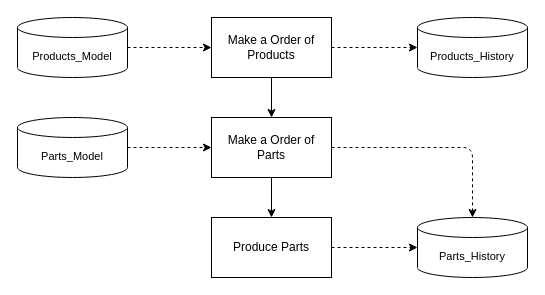
Above: documents/structure.drawio in zzaizzai/fastapi-operations-management (draw.io), before the change. Source tidied: cells renumbered, new cells numbered last; positions are measured from the earlier drawing's top-left corner, leaving out a move shared by most shapes. Both pictures are drawn from the tidied source at 100%, with x=0, y=0 at pixel (17, 17).
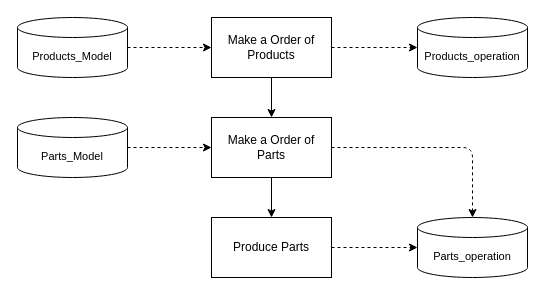
The same page after the edit.

Commit message (it also covers changes not shown here):
history -> operation

What changed in the source:
```diff
@@
 <mxGraphModel>
   <root>
     <mxCell id="0" />
     <mxCell id="1" parent="0" />
     <mxCell id="2" style="edgeStyle=orthogonalEdgeStyle;shape=connector;rounded=1;jettySize=auto;html=1;labelBackgroundColor=default;strokeColor=default;align=center;verticalAlign=middle;fontFamily=Helvetica;fontSize=11;fontColor=default;endArrow=classic;" parent="1" edge="1" source="3" target="10">
       <mxGeometry relative="1" as="geometry" />
     </mxCell>
     <mxCell id="3" value="Make a Order of Products" style="rounded=0;whiteSpace=wrap;html=1;" parent="1" vertex="1">
       <mxGeometry x="194" width="120" height="60" as="geometry" />
     </mxCell>
     <mxCell id="4" style="edgeStyle=orthogonalEdgeStyle;shape=connector;rounded=1;jettySize=auto;html=1;exitX=1;exitY=0.5;exitDx=0;exitDy=0;exitPerimeter=0;labelBackgroundColor=default;strokeColor=default;align=center;verticalAlign=middle;fontFamily=Helvetica;fontSize=11;fontColor=default;endArrow=classic;dashed=1;" parent="1" edge="1" source="5" target="3">
       <mxGeometry relative="1" as="geometry" />
     </mxCell>
     <mxCell id="5" value="Products_Model" style="shape=cylinder3;whiteSpace=wrap;html=1;boundedLbl=1;backgroundOutline=1;size=10;fontFamily=Helvetica;fontSize=11;fontColor=default;" parent="1" vertex="1">
       <mxGeometry width="110" height="60" as="geometry" />
     </mxCell>
     <mxCell id="6" style="edgeStyle=orthogonalEdgeStyle;shape=connector;rounded=1;jettySize=auto;html=1;labelBackgroundColor=default;strokeColor=default;align=center;verticalAlign=middle;fontFamily=Helvetica;fontSize=11;fontColor=default;endArrow=classic;dashed=1;" parent="1" edge="1" source="7" target="10">
       <mxGeometry relative="1" as="geometry" />
     </mxCell>
     <mxCell id="7" value="Parts_Model" style="shape=cylinder3;whiteSpace=wrap;html=1;boundedLbl=1;backgroundOutline=1;size=10;fontFamily=Helvetica;fontSize=11;fontColor=default;" parent="1" vertex="1">
       <mxGeometry y="100" width="110" height="60" as="geometry" />
     </mxCell>
     <mxCell id="8" style="edgeStyle=orthogonalEdgeStyle;shape=connector;rounded=1;jettySize=auto;html=1;exitX=1;exitY=0.5;exitDx=0;exitDy=0;labelBackgroundColor=default;strokeColor=default;align=center;verticalAlign=middle;fontFamily=Helvetica;fontSize=11;fontColor=default;endArrow=classic;dashed=1;" parent="1" edge="1" source="10" target="13">
       <mxGeometry relative="1" as="geometry" />
     </mxCell>
     <mxCell id="9" style="edgeStyle=orthogonalEdgeStyle;shape=connector;rounded=1;jettySize=auto;html=1;labelBackgroundColor=default;strokeColor=default;align=center;verticalAlign=middle;fontFamily=Helvetica;fontSize=11;fontColor=default;endArrow=classic;" parent="1" edge="1" source="10" target="15">
       <mxGeometry relative="1" as="geometry" />
     </mxCell>
     <mxCell id="10" value="Make a Order of Parts" style="rounded=0;whiteSpace=wrap;html=1;" parent="1" vertex="1">
       <mxGeometry x="194" y="100" width="120" height="60" as="geometry" />
     </mxCell>
-    <mxCell id="11" value="Products_History" style="shape=cylinder3;whiteSpace=wrap;html=1;boundedLbl=1;backgroundOutline=1;size=10;fontFamily=Helvetica;fontSize=11;fontColor=default;" parent="1" vertex="1">
+    <mxCell id="11" value="Products_operation" style="shape=cylinder3;whiteSpace=wrap;html=1;boundedLbl=1;backgroundOutline=1;size=10;fontFamily=Helvetica;fontSize=11;fontColor=default;" parent="1" vertex="1">
       <mxGeometry x="400" width="110" height="60" as="geometry" />
     </mxCell>
     <mxCell id="12" style="edgeStyle=orthogonalEdgeStyle;shape=connector;rounded=1;jettySize=auto;html=1;exitX=1;exitY=0.5;exitDx=0;exitDy=0;labelBackgroundColor=default;strokeColor=default;align=center;verticalAlign=middle;fontFamily=Helvetica;fontSize=11;fontColor=default;endArrow=classic;dashed=1;" parent="1" edge="1" source="3" target="11">
       <mxGeometry relative="1" as="geometry" />
     </mxCell>
-    <mxCell id="13" value="Parts_History" style="shape=cylinder3;whiteSpace=wrap;html=1;boundedLbl=1;backgroundOutline=1;size=10;fontFamily=Helvetica;fontSize=11;fontColor=default;" parent="1" vertex="1">
+    <mxCell id="13" value="Parts_operation" style="shape=cylinder3;whiteSpace=wrap;html=1;boundedLbl=1;backgroundOutline=1;size=10;fontFamily=Helvetica;fontSize=11;fontColor=default;" parent="1" vertex="1">
       <mxGeometry x="400" y="200" width="110" height="60" as="geometry" />
     </mxCell>
     <mxCell id="14" style="edgeStyle=orthogonalEdgeStyle;shape=connector;rounded=1;jettySize=auto;html=1;labelBackgroundColor=default;strokeColor=default;align=center;verticalAlign=middle;fontFamily=Helvetica;fontSize=11;fontColor=default;endArrow=classic;dashed=1;" parent="1" edge="1" source="15" target="13">
       <mxGeometry relative="1" as="geometry" />
     </mxCell>
     <mxCell id="15" value="Produce Parts" style="rounded=0;whiteSpace=wrap;html=1;" parent="1" vertex="1">
       <mxGeometry x="194" y="200" width="120" height="60" as="geometry" />
     </mxCell>
   </root>
 </mxGraphModel>
```
